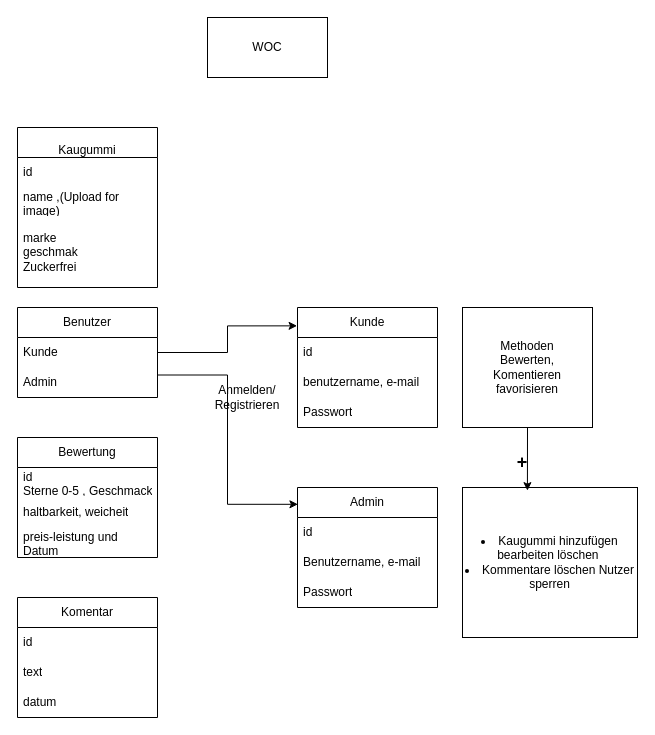
This is WOC.drawio from Vinci4600/World-of-Chewing-gum, a draw.io file, before an edit. Source tidied: cells renumbered, new cells numbered last; positions are measured from the earlier drawing's top-left corner, leaving out a move shared by most shapes. Both pictures are drawn from the tidied source at 100%, with x=0, y=0 at pixel (17, 17).
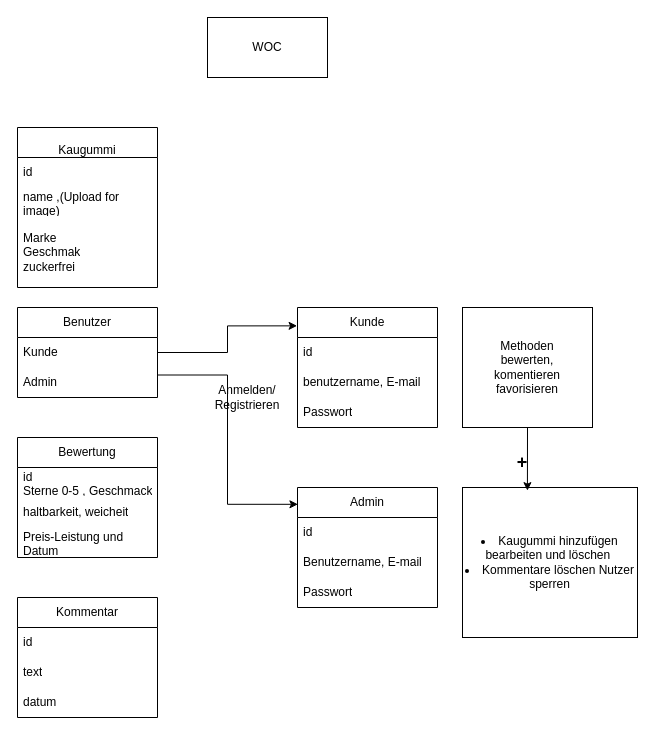
Above is the later version.

Commit message:
verbesserung des Diagramms

Unchanged cells that the change refers to:
```xml
<mxCell id="3" value="&lt;br&gt;&lt;div&gt;Kaugummi&lt;/div&gt;" style="swimlane;fontStyle=0;horizontal=1;startSize=30;whiteSpace=wrap;html=1;" parent="1" vertex="1">
  <mxGeometry y="110" width="140" height="160" as="geometry" />
</mxCell>
<mxCell id="10" value="Admin" style="swimlane;fontStyle=0;horizontal=1;startSize=30;whiteSpace=wrap;html=1;" parent="1" vertex="1">
  <mxGeometry x="280" y="470" width="140" height="120" as="geometry" />
</mxCell>
<mxCell id="14" value="Kunde" style="swimlane;fontStyle=0;horizontal=1;startSize=30;whiteSpace=wrap;html=1;" parent="1" vertex="1">
  <mxGeometry x="280" y="290" width="140" height="120" as="geometry" />
</mxCell>
<mxCell id="24" value="Bewertung" style="swimlane;fontStyle=0;horizontal=1;startSize=30;whiteSpace=wrap;html=1;" parent="1" vertex="1">
  <mxGeometry y="420" width="140" height="120" as="geometry" />
</mxCell>
```

Diff of the diagram source:
```diff
@@
-    <mxCell id="6" value="marke&lt;div&gt;geschmak&lt;/div&gt;&lt;div&gt;Zuckerfrei&lt;/div&gt;" style="text;strokeColor=none;fillColor=none;align=left;verticalAlign=middle;spacingLeft=4;spacingRight=4;overflow=hidden;whiteSpace=wrap;html=1;" parent="3" vertex="1">
+    <mxCell id="6" value="Marke&lt;div&gt;Geschmak&lt;/div&gt;&lt;div&gt;zuckerfrei&lt;/div&gt;" style="text;strokeColor=none;fillColor=none;align=left;verticalAlign=middle;spacingLeft=4;spacingRight=4;overflow=hidden;whiteSpace=wrap;html=1;" parent="3" vertex="1">
       <mxGeometry y="90" width="140" height="70" as="geometry" />
     </mxCell>
@@
-    <mxCell id="12" value="Benutzername, e-mail" style="text;strokeColor=none;fillColor=none;align=left;verticalAlign=middle;spacingLeft=4;spacingRight=4;overflow=hidden;whiteSpace=wrap;html=1;" parent="10" vertex="1">
+    <mxCell id="12" value="Benutzername, E-mail" style="text;strokeColor=none;fillColor=none;align=left;verticalAlign=middle;spacingLeft=4;spacingRight=4;overflow=hidden;whiteSpace=wrap;html=1;" parent="10" vertex="1">
       <mxGeometry y="60" width="140" height="30" as="geometry" />
     </mxCell>
@@
-    <mxCell id="16" value="benutzername, e-mail" style="text;strokeColor=none;fillColor=none;align=left;verticalAlign=middle;spacingLeft=4;spacingRight=4;overflow=hidden;whiteSpace=wrap;html=1;" parent="14" vertex="1">
+    <mxCell id="16" value="benutzername, E-mail" style="text;strokeColor=none;fillColor=none;align=left;verticalAlign=middle;spacingLeft=4;spacingRight=4;overflow=hidden;whiteSpace=wrap;html=1;" parent="14" vertex="1">
       <mxGeometry y="60" width="140" height="30" as="geometry" />
     </mxCell>
@@
-    <mxCell id="18" value="Methoden&lt;div&gt;Bewerten,&lt;/div&gt;&lt;div&gt;Komentieren&lt;/div&gt;&lt;div&gt;favorisieren&lt;/div&gt;" style="rounded=0;whiteSpace=wrap;html=1;" parent="1" vertex="1">
+    <mxCell id="18" value="Methoden&lt;div&gt;bewerten,&lt;/div&gt;&lt;div&gt;komentieren&lt;/div&gt;&lt;div&gt;favorisieren&lt;/div&gt;" style="rounded=0;whiteSpace=wrap;html=1;" parent="1" vertex="1">
       <mxGeometry x="445" y="290" width="130" height="120" as="geometry" />
     </mxCell>
-    <mxCell id="19" value="&lt;li&gt;Kaugummi hinzufügen bearbeiten löschen&amp;nbsp;&lt;/li&gt;&lt;li&gt;Kommentare löschen Nutzer sperren&lt;/li&gt;" style="rounded=0;whiteSpace=wrap;html=1;" parent="1" vertex="1">
+    <mxCell id="19" value="&lt;li&gt;Kaugummi hinzufügen bearbeiten und löschen&amp;nbsp;&lt;/li&gt;&lt;li&gt;Kommentare löschen Nutzer sperren&lt;/li&gt;" style="rounded=0;whiteSpace=wrap;html=1;" parent="1" vertex="1">
       <mxGeometry x="445" y="470" width="175" height="150" as="geometry" />
     </mxCell>
@@
-    <mxCell id="27" value="preis-leistung und Datum" style="text;strokeColor=none;fillColor=none;align=left;verticalAlign=middle;spacingLeft=4;spacingRight=4;overflow=hidden;whiteSpace=wrap;html=1;" parent="24" vertex="1">
+    <mxCell id="27" value="Preis-Leistung und Datum" style="text;strokeColor=none;fillColor=none;align=left;verticalAlign=middle;spacingLeft=4;spacingRight=4;overflow=hidden;whiteSpace=wrap;html=1;" parent="24" vertex="1">
       <mxGeometry y="90" width="140" height="30" as="geometry" />
     </mxCell>
-    <mxCell id="28" value="Komentar" style="swimlane;fontStyle=0;horizontal=1;startSize=30;whiteSpace=wrap;html=1;" parent="1" vertex="1">
+    <mxCell id="28" value="Kommentar" style="swimlane;fontStyle=0;horizontal=1;startSize=30;whiteSpace=wrap;html=1;" parent="1" vertex="1">
       <mxGeometry y="580" width="140" height="120" as="geometry" />
     </mxCell>
```
